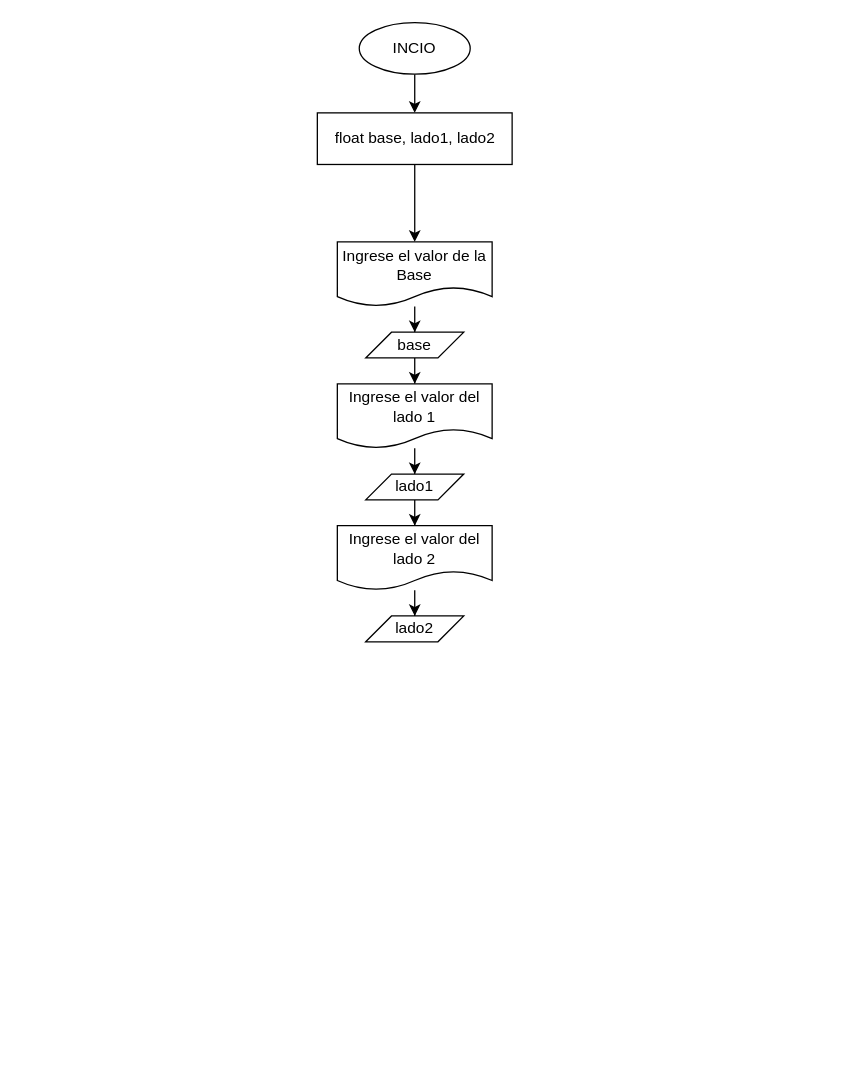
Earlier version of the draw.io diagram Diagrama_Triangulo.drawio (Juan-Antonio-V-O/Practica_2_Triangulos). Source tidied: cells renumbered, new cells numbered last; positions are measured from the earlier drawing's top-left corner, leaving out a move shared by most shapes. Both pictures are drawn from the tidied source at 129%, with x=0, y=0 at pixel (316, 22).
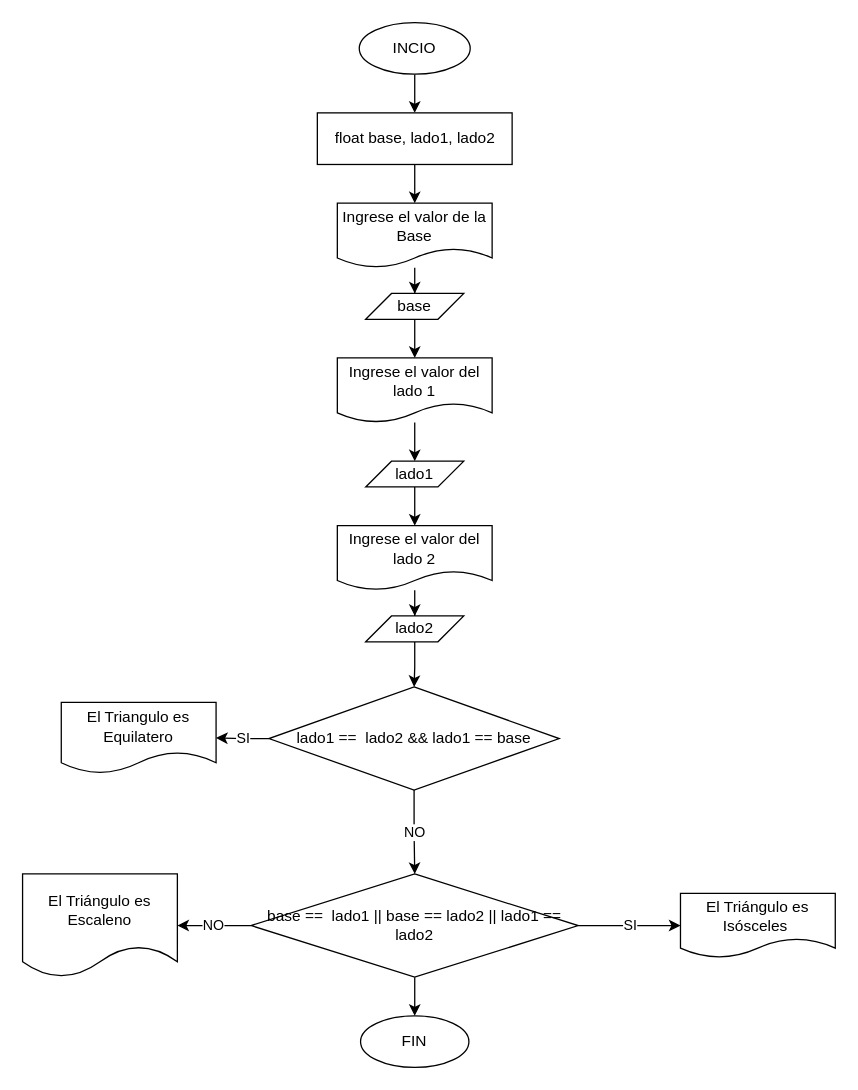
The same page after the edit.

Unchanged cells that the change refers to:
```xml
<mxCell id="16" value="lado2" style="shape=parallelogram;perimeter=parallelogramPerimeter;whiteSpace=wrap;html=1;fixedSize=1;rounded=0;" parent="1" vertex="1">
  <mxGeometry x="38" y="460" width="76" height="20" as="geometry" />
</mxCell>
```

Diff of the diagram source:
```diff
@@
     <mxCell id="7" value="Ingrese el valor de la Base" style="shape=document;whiteSpace=wrap;html=1;boundedLbl=1;rounded=0;" parent="1" vertex="1">
-      <mxGeometry x="16" y="170" width="120" height="50" as="geometry" />
+      <mxGeometry x="16" y="140" width="120" height="50" as="geometry" />
     </mxCell>
@@
     <mxCell id="9" value="base" style="shape=parallelogram;perimeter=parallelogramPerimeter;whiteSpace=wrap;html=1;fixedSize=1;rounded=0;" parent="1" vertex="1">
-      <mxGeometry x="38" y="240" width="76" height="20" as="geometry" />
+      <mxGeometry x="38" y="210" width="76" height="20" as="geometry" />
     </mxCell>
@@
     <mxCell id="11" value="Ingrese el valor del lado 1" style="shape=document;whiteSpace=wrap;html=1;boundedLbl=1;rounded=0;" parent="1" vertex="1">
-      <mxGeometry x="16" y="280" width="120" height="50" as="geometry" />
+      <mxGeometry x="16" y="260" width="120" height="50" as="geometry" />
     </mxCell>
@@
     <mxCell id="13" value="lado1" style="shape=parallelogram;perimeter=parallelogramPerimeter;whiteSpace=wrap;html=1;fixedSize=1;rounded=0;" parent="1" vertex="1">
-      <mxGeometry x="38" y="350" width="76" height="20" as="geometry" />
+      <mxGeometry x="38" y="340" width="76" height="20" as="geometry" />
     </mxCell>
@@
+    <mxCell id="17" style="edgeStyle=orthogonalEdgeStyle;rounded=0;jettySize=auto;html=1;" parent="1" edge="1" source="16" target="20">
+      <mxGeometry relative="1" as="geometry" />
+    </mxCell>
@@
+    <mxCell id="18" value="SI" style="edgeStyle=orthogonalEdgeStyle;rounded=0;jettySize=auto;html=1;" parent="1" edge="1" source="20" target="21">
+      <mxGeometry relative="1" as="geometry" />
+    </mxCell>
+    <mxCell id="19" value="NO" style="edgeStyle=orthogonalEdgeStyle;rounded=0;jettySize=auto;html=1;" parent="1" edge="1" source="20" target="25">
+      <mxGeometry relative="1" as="geometry" />
+    </mxCell>
+    <mxCell id="20" value="lado1 ==&amp;nbsp; lado2 &amp;amp;&amp;amp; lado1 == base" style="rhombus;whiteSpace=wrap;html=1;rounded=0;" parent="1" vertex="1">
+      <mxGeometry x="-37" y="515" width="225" height="80" as="geometry" />
+    </mxCell>
+    <mxCell id="21" value="El Triangulo es Equilatero" style="shape=document;whiteSpace=wrap;html=1;boundedLbl=1;rounded=0;" parent="1" vertex="1">
+      <mxGeometry x="-198" y="527" width="120" height="55" as="geometry" />
+    </mxCell>
+    <mxCell id="22" value="NO" style="edgeStyle=orthogonalEdgeStyle;rounded=0;jettySize=auto;html=1;" parent="1" edge="1" source="25" target="27">
+      <mxGeometry relative="1" as="geometry" />
+    </mxCell>
+    <mxCell id="23" style="edgeStyle=orthogonalEdgeStyle;rounded=0;jettySize=auto;html=1;" parent="1" edge="1" source="25" target="28">
+      <mxGeometry relative="1" as="geometry" />
+    </mxCell>
+    <mxCell id="24" value="SI" style="edgeStyle=orthogonalEdgeStyle;rounded=0;jettySize=auto;html=1;" parent="1" edge="1" source="25" target="26">
+      <mxGeometry relative="1" as="geometry" />
+    </mxCell>
+    <mxCell id="25" value="base ==&amp;nbsp; lado1 || base == lado2 || lado1 == lado2" style="rhombus;whiteSpace=wrap;html=1;rounded=0;" parent="1" vertex="1">
+      <mxGeometry x="-50.8" y="660" width="253.5" height="80" as="geometry" />
+    </mxCell>
+    <mxCell id="26" value="El Triángulo es Isósceles&amp;nbsp;" style="shape=document;whiteSpace=wrap;html=1;boundedLbl=1;rounded=0;" parent="1" vertex="1">
+      <mxGeometry x="282" y="675" width="120" height="50" as="geometry" />
+    </mxCell>
+    <mxCell id="27" value="El Triángulo es Escaleno" style="shape=document;whiteSpace=wrap;html=1;boundedLbl=1;rounded=0;" parent="1" vertex="1">
+      <mxGeometry x="-228" y="660" width="120" height="80" as="geometry" />
+    </mxCell>
+    <mxCell id="28" value="FIN" style="ellipse;whiteSpace=wrap;html=1;rounded=0;" parent="1" vertex="1">
+      <mxGeometry x="34" y="770" width="84" height="40" as="geometry" />
+    </mxCell>
```
